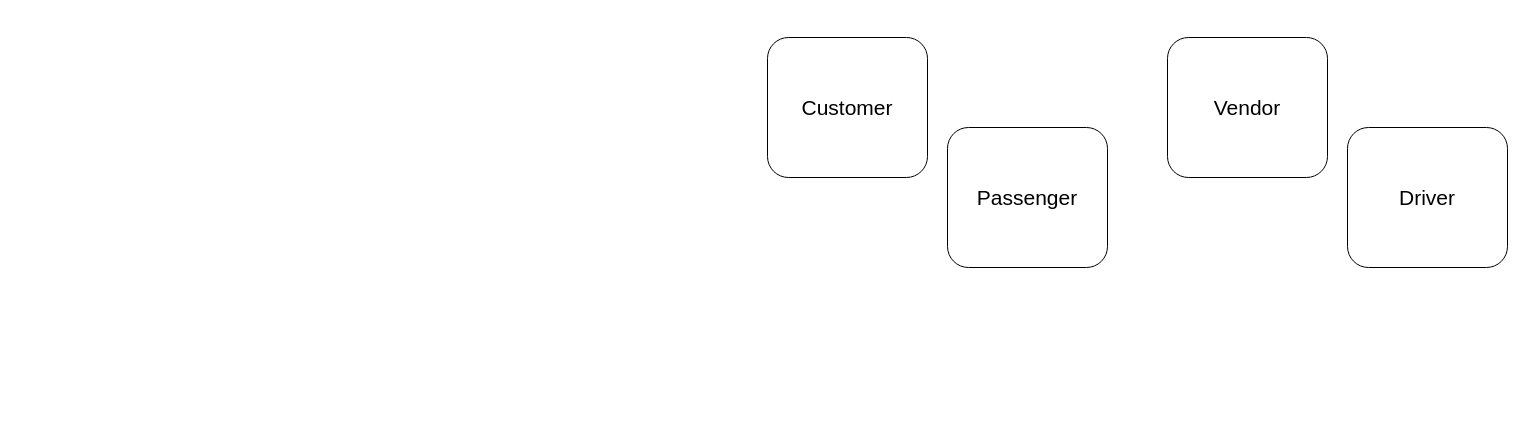
Above: user-story-map.drawio in Tanmay53/cabber (draw.io), before the change. Source tidied: cells renumbered, new cells numbered last; positions are measured from the earlier drawing's top-left corner, leaving out a move shared by most shapes. Both pictures are drawn from the tidied source at 100%, with x=0, y=0 at pixel (767, 37).
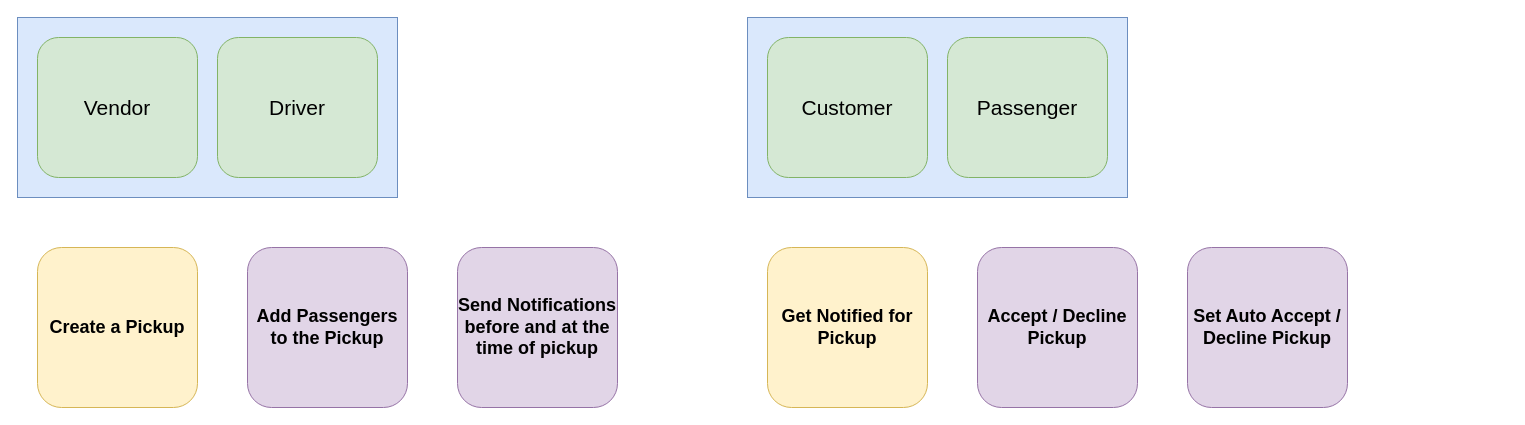
Above is the later version.

Commit message:
V1 Ready for Action

Diff of the diagram source:
```diff
@@
 <mxGraphModel>
   <root>
     <mxCell id="0" />
     <mxCell id="1" parent="0" />
+    <mxCell id="6" style="group;fillColor=#dae8fc;strokeColor=#6c8ebf;" parent="1" vertex="1">
+      <mxGeometry x="-20" y="-20" width="380" height="180" as="geometry" />
+    </mxCell>
+    <mxCell id="7" style="rounded=0;whiteSpace=wrap;html=1;fillColor=#dae8fc;strokeColor=#6c8ebf;" parent="6" vertex="1">
+      <mxGeometry width="380" height="180" as="geometry" />
+    </mxCell>
-    <mxCell id="2" value="&lt;font style=&quot;font-size: 21px;&quot;&gt;Customer&lt;/font&gt;" style="rounded=1;whiteSpace=wrap;html=1;" parent="1" vertex="1">
-      <mxGeometry width="160" height="140" as="geometry" />
+    <mxCell id="2" value="&lt;font style=&quot;font-size: 21px;&quot;&gt;Customer&lt;/font&gt;" style="rounded=1;whiteSpace=wrap;html=1;fillColor=#d5e8d4;strokeColor=#82b366;" parent="6" vertex="1">
+      <mxGeometry x="20" y="20" width="160" height="140" as="geometry" />
     </mxCell>
-    <mxCell id="3" value="&lt;font style=&quot;font-size: 21px;&quot;&gt;Passenger&lt;/font&gt;" style="rounded=1;whiteSpace=wrap;html=1;" parent="1" vertex="1">
-      <mxGeometry x="180" y="90" width="160" height="140" as="geometry" />
+    <mxCell id="3" value="&lt;font style=&quot;font-size: 21px;&quot;&gt;Passenger&lt;/font&gt;" style="rounded=1;whiteSpace=wrap;html=1;fillColor=#d5e8d4;strokeColor=#82b366;" parent="6" vertex="1">
+      <mxGeometry x="200" y="20" width="160" height="140" as="geometry" />
     </mxCell>
+    <mxCell id="8" style="group;fillColor=#dae8fc;strokeColor=#6c8ebf;" parent="1" vertex="1">
+      <mxGeometry x="-750" y="-20" width="380" height="180" as="geometry" />
+    </mxCell>
+    <mxCell id="9" style="rounded=0;whiteSpace=wrap;html=1;fillColor=#dae8fc;strokeColor=#6c8ebf;" parent="8" vertex="1">
+      <mxGeometry width="380" height="180" as="geometry" />
+    </mxCell>
-    <mxCell id="4" value="&lt;font style=&quot;font-size: 21px;&quot;&gt;Vendor&lt;/font&gt;" style="rounded=1;whiteSpace=wrap;html=1;" parent="1" vertex="1">
-      <mxGeometry x="400" width="160" height="140" as="geometry" />
+    <mxCell id="4" value="&lt;font style=&quot;font-size: 21px;&quot;&gt;Vendor&lt;/font&gt;" style="rounded=1;whiteSpace=wrap;html=1;fillColor=#d5e8d4;strokeColor=#82b366;" parent="8" vertex="1">
+      <mxGeometry x="20" y="20" width="160" height="140" as="geometry" />
     </mxCell>
-    <mxCell id="5" value="&lt;font style=&quot;font-size: 21px;&quot;&gt;Driver&lt;/font&gt;" style="rounded=1;whiteSpace=wrap;html=1;" parent="1" vertex="1">
-      <mxGeometry x="580" y="90" width="160" height="140" as="geometry" />
+    <mxCell id="5" value="&lt;font style=&quot;font-size: 21px;&quot;&gt;Driver&lt;/font&gt;" style="rounded=1;whiteSpace=wrap;html=1;fillColor=#d5e8d4;strokeColor=#82b366;" parent="8" vertex="1">
+      <mxGeometry x="200" y="20" width="160" height="140" as="geometry" />
     </mxCell>
+    <mxCell id="10" value="&lt;h2&gt;&lt;font style=&quot;font-size: 18px;&quot;&gt;Get Notified for Pickup&lt;/font&gt;&lt;/h2&gt;" style="rounded=1;whiteSpace=wrap;html=1;fillColor=#fff2cc;strokeColor=#d6b656;" parent="1" vertex="1">
+      <mxGeometry y="210" width="160" height="160" as="geometry" />
+    </mxCell>
+    <mxCell id="11" value="&lt;h2&gt;&lt;font style=&quot;font-size: 18px;&quot;&gt;Accept / Decline Pickup&lt;/font&gt;&lt;/h2&gt;" style="rounded=1;whiteSpace=wrap;html=1;fillColor=#e1d5e7;strokeColor=#9673a6;" parent="1" vertex="1">
+      <mxGeometry x="210" y="210" width="160" height="160" as="geometry" />
+    </mxCell>
+    <mxCell id="12" value="&lt;h2&gt;&lt;font style=&quot;font-size: 18px;&quot;&gt;Set Auto Accept / Decline Pickup&lt;/font&gt;&lt;/h2&gt;" style="rounded=1;whiteSpace=wrap;html=1;fillColor=#e1d5e7;strokeColor=#9673a6;" parent="1" vertex="1">
+      <mxGeometry x="420" y="210" width="160" height="160" as="geometry" />
+    </mxCell>
+    <mxCell id="13" value="&lt;h2&gt;&lt;font style=&quot;font-size: 18px;&quot;&gt;Create a Pickup&lt;/font&gt;&lt;/h2&gt;" style="rounded=1;whiteSpace=wrap;html=1;fillColor=#fff2cc;strokeColor=#d6b656;" parent="1" vertex="1">
+      <mxGeometry x="-730" y="210" width="160" height="160" as="geometry" />
+    </mxCell>
+    <mxCell id="14" value="&lt;h2&gt;&lt;font style=&quot;font-size: 18px;&quot;&gt;Add Passengers to the Pickup&lt;/font&gt;&lt;/h2&gt;" style="rounded=1;whiteSpace=wrap;html=1;fillColor=#e1d5e7;strokeColor=#9673a6;" parent="1" vertex="1">
+      <mxGeometry x="-520" y="210" width="160" height="160" as="geometry" />
+    </mxCell>
+    <mxCell id="15" value="&lt;h2&gt;&lt;font style=&quot;font-size: 18px;&quot;&gt;Send Notifications before and at the time of pickup&lt;/font&gt;&lt;/h2&gt;" style="rounded=1;whiteSpace=wrap;html=1;fillColor=#e1d5e7;strokeColor=#9673a6;" parent="1" vertex="1">
+      <mxGeometry x="-310" y="210" width="160" height="160" as="geometry" />
+    </mxCell>
   </root>
 </mxGraphModel>
```
